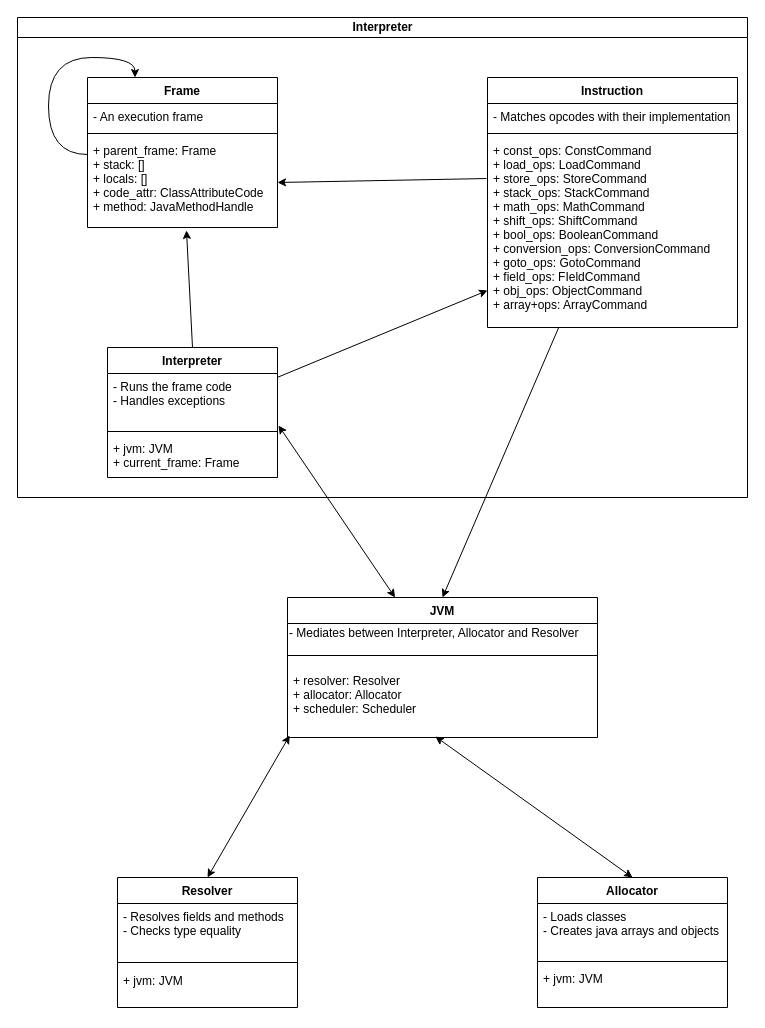
This is diagram.drawio from chrimeea/giuseppe, a draw.io file, before an edit. Source tidied: cells renumbered, new cells numbered last; positions are measured from the earlier drawing's top-left corner, leaving out a move shared by most shapes. Both pictures are drawn from the tidied source at 100%, with x=0, y=0 at pixel (17, 17).
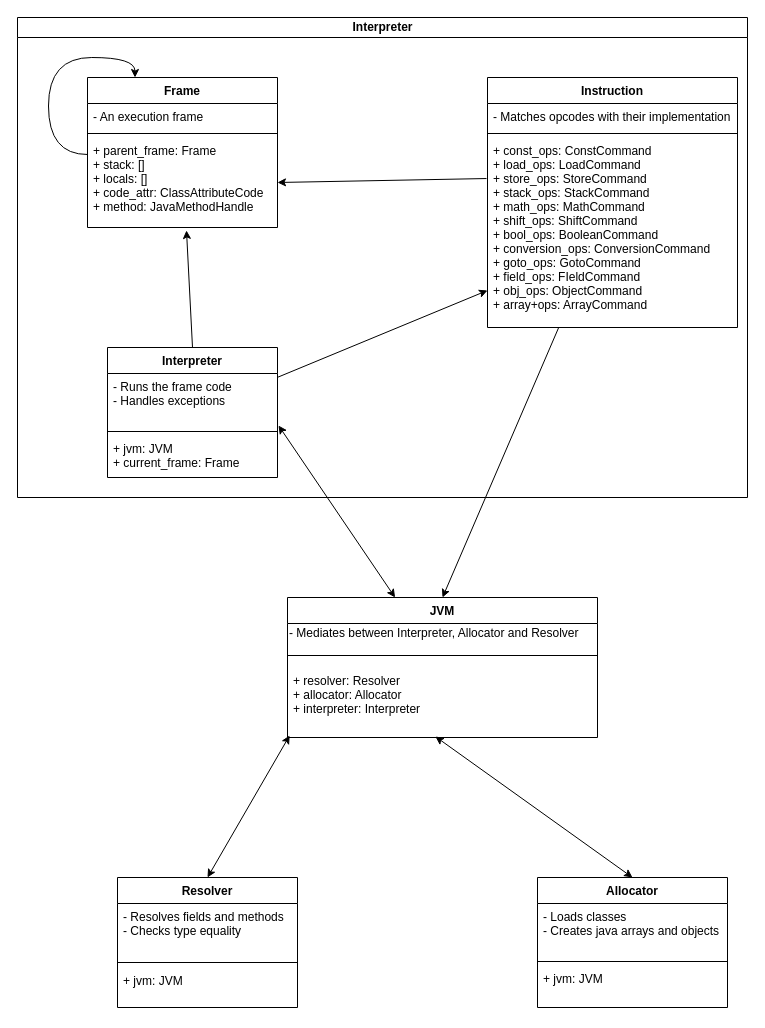
Above is the later version.

The change refers to these unchanged cells:
```xml
<mxCell id="5" value="JVM" style="swimlane;fontStyle=1;align=center;verticalAlign=top;horizontal=1;startSize=26;" parent="1" vertex="1">
  <mxGeometry x="270" y="580" width="310" height="140" as="geometry" />
</mxCell>
```

What changed in the source:
```diff
@@
-    <mxCell id="8" value="+ resolver: Resolver&#10;+ allocator: Allocator&#10;+ scheduler: Scheduler" style="text;strokeColor=none;fillColor=none;align=left;verticalAlign=top;spacingLeft=4;spacingRight=4;overflow=hidden;points=[[0,0.5],[1,0.5]];portConstraint=eastwest;" parent="5" vertex="1">
+    <mxCell id="8" value="+ resolver: Resolver&#10;+ allocator: Allocator&#10;+ interpreter: Interpreter" style="text;strokeColor=none;fillColor=none;align=left;verticalAlign=top;spacingLeft=4;spacingRight=4;overflow=hidden;points=[[0,0.5],[1,0.5]];portConstraint=eastwest;" parent="5" vertex="1">
       <mxGeometry y="70" width="310" height="70" as="geometry" />
     </mxCell>
```
